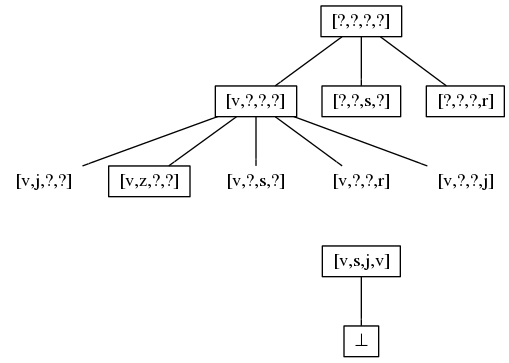
The Graphviz diagram resources/graphs/iteration_3.png in NorfairKing/ai_alternative-exam, before a commit. Its source is kept beside it as resources/graphs/iteration_3.dot.
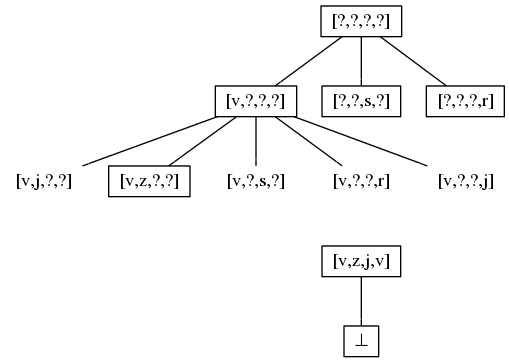
After the change.

Diff of the diagram source:
```diff
@@ -5,7 +5,7 @@
     top  [label = "[?,?,?,?]"];
     bot  [label = "&#8869;"];
 
-    ex_1 [label= "[v,s,j,v]"];
+    ex_1 [label= "[v,z,j,v]"];
 
     ex_2_1 [label = "[v,?,?,?]"];
     ex_2_4 [label = "[?,?,s,?]"];
```
